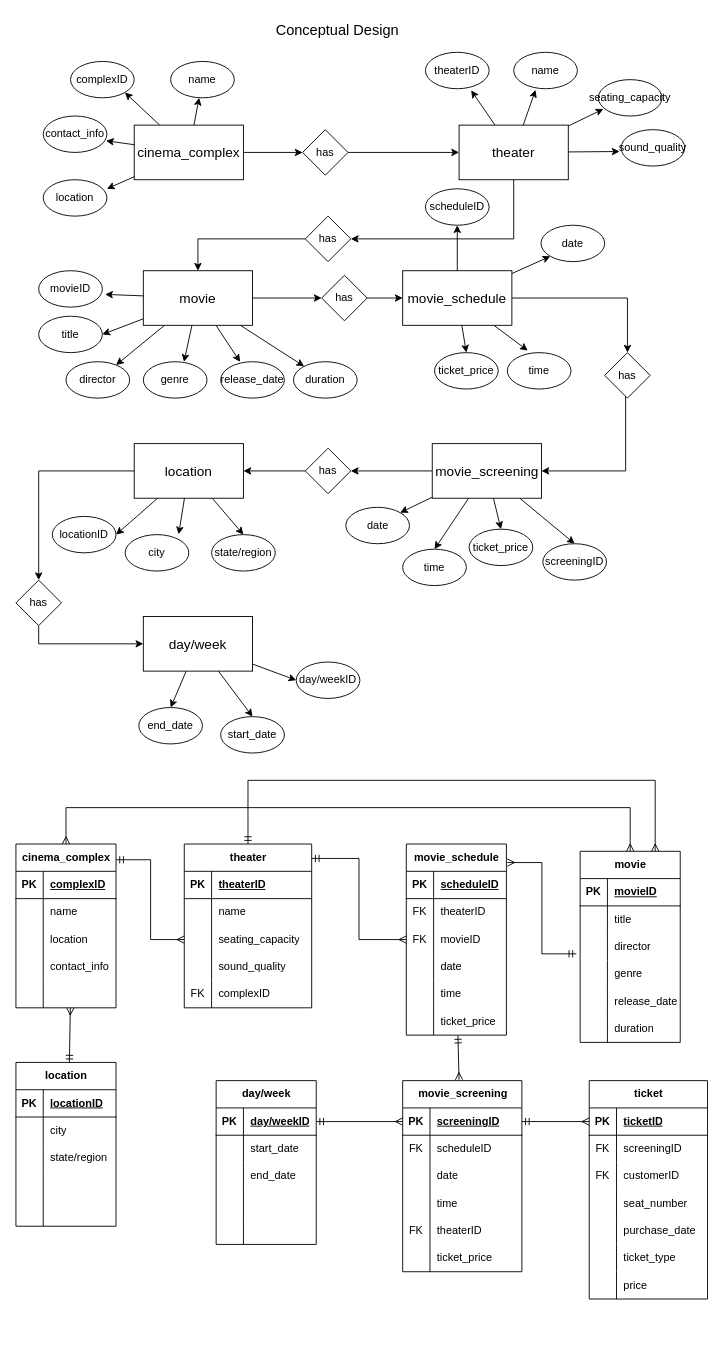
This is eye_candy_cinemas_casestudy.drawio from julieeesy/data_modelling_workshop, a draw.io file, before an edit. Source tidied: cells renumbered, new cells numbered last; positions are measured from the earlier drawing's top-left corner, leaving out a move shared by most shapes. Both pictures are drawn from the tidied source at 91%, with x=0, y=0 at pixel (15, 15).
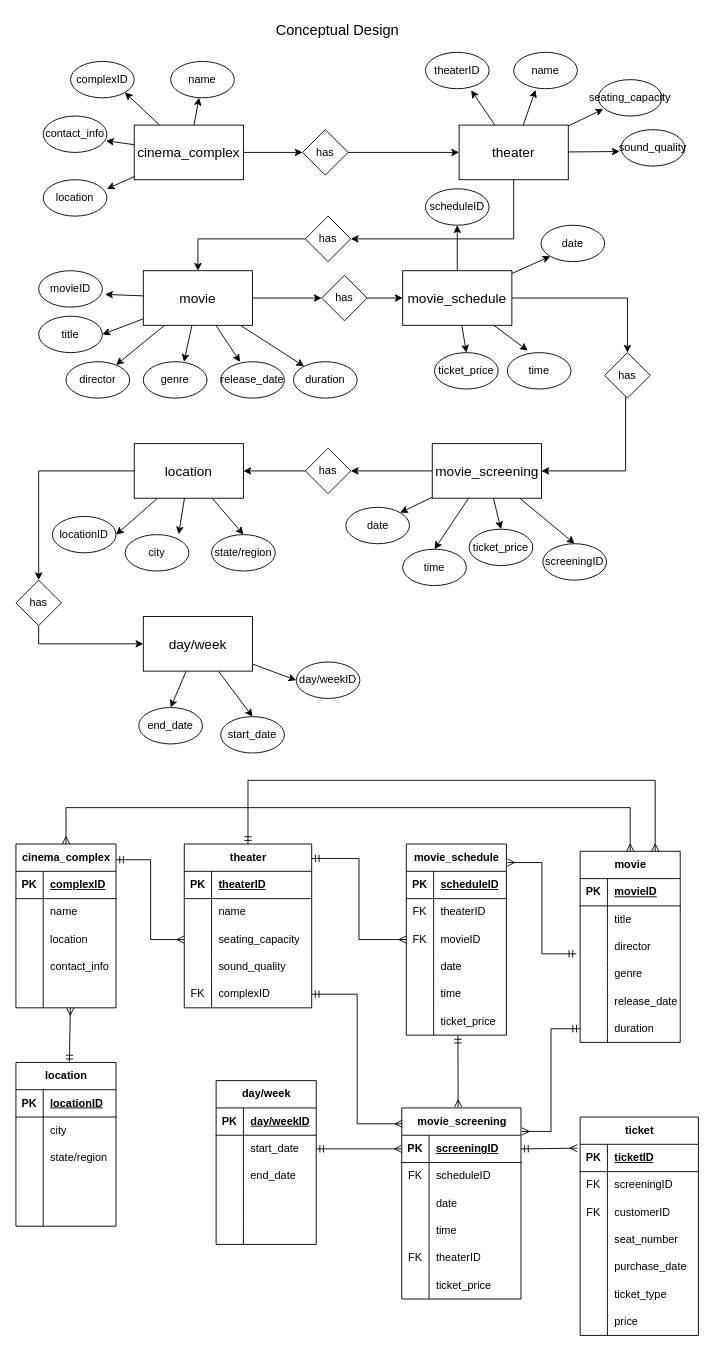
Above is the later version.

The change refers to these unchanged cells:
```xml
<mxCell id="113" style="shape=tableRow;horizontal=0;startSize=0;swimlaneHead=0;swimlaneBody=0;fillColor=none;points=[[0,0.5],[1,0.5]];portConstraint=eastwest;top=0;left=0;right=0;bottom=0;" parent="100" vertex="1">
  <mxGeometry y="150" width="140" height="30" as="geometry" />
</mxCell>
<mxCell id="152" style="shape=tableRow;horizontal=0;startSize=0;swimlaneHead=0;swimlaneBody=0;fillColor=none;points=[[0,0.5],[1,0.5]];portConstraint=eastwest;top=0;left=0;right=0;bottom=1;" parent="151" vertex="1">
  <mxGeometry y="30" width="131" height="30" as="geometry" />
</mxCell>
<mxCell id="171" style="shape=tableRow;horizontal=0;startSize=0;swimlaneHead=0;swimlaneBody=0;fillColor=none;points=[[0,0.5],[1,0.5]];portConstraint=eastwest;top=0;left=0;right=0;bottom=1;" parent="170" vertex="1">
  <mxGeometry y="30" width="110" height="30" as="geometry" />
</mxCell>
<mxCell id="174" style="shape=tableRow;horizontal=0;startSize=0;swimlaneHead=0;swimlaneBody=0;fillColor=none;points=[[0,0.5],[1,0.5]];portConstraint=eastwest;top=0;left=0;right=0;bottom=0;" parent="170" vertex="1">
  <mxGeometry y="60" width="110" height="30" as="geometry" />
</mxCell>
<mxCell id="204" style="shape=tableRow;horizontal=0;startSize=0;swimlaneHead=0;swimlaneBody=0;fillColor=none;points=[[0,0.5],[1,0.5]];portConstraint=eastwest;top=0;left=0;right=0;bottom=0;" parent="188" vertex="1">
  <mxGeometry y="180" width="110" height="30" as="geometry" />
</mxCell>
<mxCell id="214" style="shape=tableRow;horizontal=0;startSize=0;swimlaneHead=0;swimlaneBody=0;fillColor=none;points=[[0,0.5],[1,0.5]];portConstraint=eastwest;top=0;left=0;right=0;bottom=1;" parent="213" vertex="1">
  <mxGeometry y="30" width="130" height="30" as="geometry" />
</mxCell>
```

Diff of the diagram source:
```diff
@@
     <mxCell id="151" value="movie_screening" style="shape=table;startSize=30;childLayout=tableLayout;rowLines=0;fontStyle=1;align=center;html=1;" parent="1" vertex="1">
-      <mxGeometry x="425" y="1170" width="131" height="210" as="geometry" />
+      <mxGeometry x="424" y="1200" width="131" height="210" as="geometry" />
     </mxCell>
@@
-    <mxCell id="210" style="fontSize=12;html=1;endArrow=ERmany;startArrow=ERmandOne;rounded=0;exitX=1;exitY=0.5;exitDx=0;exitDy=0;entryX=0;entryY=0.5;entryDx=0;entryDy=0;endFill=0;" parent="1" edge="1" source="171" target="152">
+    <mxCell id="210" style="fontSize=12;html=1;endArrow=ERmany;startArrow=ERmandOne;rounded=0;exitX=1;exitY=0.5;exitDx=0;exitDy=0;entryX=0;entryY=0.5;entryDx=0;entryDy=0;endFill=0;" parent="1" edge="1" source="174" target="152">
       <mxGeometry relative="1" as="geometry" />
     </mxCell>
@@
     <mxCell id="213" value="ticket" style="shape=table;startSize=30;childLayout=tableLayout;rowLines=0;fontStyle=1;align=center;html=1;" parent="1" vertex="1">
-      <mxGeometry x="630" y="1170" width="130" height="240" as="geometry" />
+      <mxGeometry x="620" y="1210" width="130" height="240" as="geometry" />
     </mxCell>
@@
-    <mxCell id="235" style="fontSize=12;html=1;endArrow=ERmany;startArrow=ERmandOne;rounded=0;exitX=1;exitY=0.5;exitDx=0;exitDy=0;endFill=0;" parent="1" edge="1" source="152">
-      <mxGeometry relative="1" as="geometry">
-        <mxPoint x="630" y="1215" as="targetPoint" />
-      </mxGeometry>
+    <mxCell id="235" style="fontSize=12;html=1;endArrow=ERmany;startArrow=ERmandOne;rounded=0;exitX=1;exitY=0.5;exitDx=0;exitDy=0;endFill=0;entryX=-0.023;entryY=0.14;entryDx=0;entryDy=0;entryPerimeter=0;" parent="1" edge="1" source="152" target="214">
+      <mxGeometry relative="1" as="geometry" />
     </mxCell>
+    <mxCell id="236" style="fontSize=12;html=1;endArrow=ERmany;startArrow=ERmandOne;rounded=0;exitX=1;exitY=0.5;exitDx=0;exitDy=0;entryX=0.006;entryY=0.083;entryDx=0;entryDy=0;endFill=0;entryPerimeter=0;edgeStyle=elbowEdgeStyle;" parent="1" edge="1" source="113" target="151">
+      <mxGeometry relative="1" as="geometry" />
+    </mxCell>
+    <mxCell id="237" style="fontSize=12;html=1;endArrow=ERmany;startArrow=ERmandOne;rounded=0;exitX=0;exitY=0.5;exitDx=0;exitDy=0;endFill=0;entryX=1.008;entryY=0.123;entryDx=0;entryDy=0;entryPerimeter=0;edgeStyle=elbowEdgeStyle;" parent="1" edge="1" source="204" target="151">
+      <mxGeometry relative="1" as="geometry" />
+    </mxCell>
```
